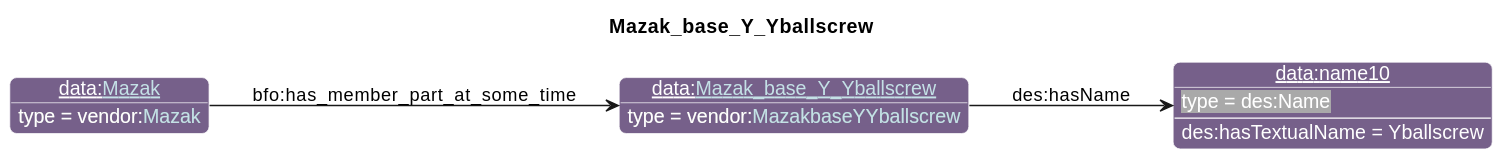
The PlantUML diagram diagrams/Mazak_base_Y_Yballscrew.svg in iofoundry/example-syseng-mtconnect, before a commit. Its diagram source:
```plantuml
@startuml
!include ../iof.iuml

<style>
object {
  HyperlinkColor #C4E1E6
}
</style>

left to right direction
skinparam linetype polyline
title Mazak_base_Y_Yballscrew

!$default_direction = down

!$namespace_colors = { "bfo":"DFA702",
                      "iof":"1E90FF",
                      "ns":"Green",
                      "ns1":"76608A",
                      "core":"000000",
                      "ex":"Green",
                      "data":"76608A",
                      "vendor":"76608A",
                      "units":"8A2D3B",
                      "cmns-dsg":"3A0519",
                      "qp":"641B2E"
      }
individual(o0, data:[[./Mazak_base_Y_Yballscrew.html Mazak_base_Y_Yballscrew]], vendor:[[../Mazak.html#MazakbaseYYballscrew MazakbaseYYballscrew]])
individual(o1, data:name10, des:Name)
individual(o2, data:[[./Mazak.html Mazak]], vendor:[[../Mazak.html#Mazak Mazak]])
property(o0, "des:hasName", o1)
data(o1, "des:hasTextualName", "Yballscrew")
property(o2, "bfo:has_member_part_at_some_time", o0)
@enduml
```
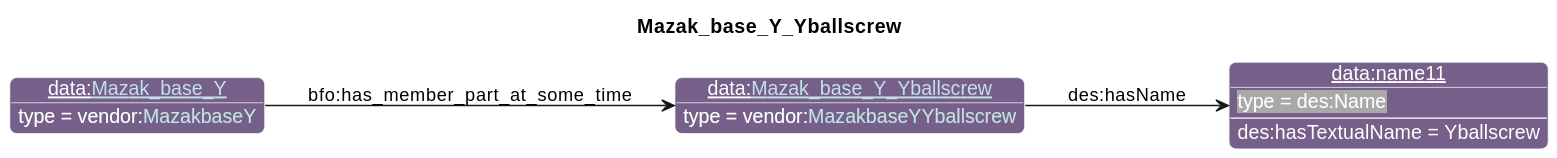
After the commit.

The edit, as a diff of the source:
```diff
@@ -26,8 +26,8 @@
                       "qp":"641B2E"
       }
 individual(o0, data:[[./Mazak_base_Y_Yballscrew.html Mazak_base_Y_Yballscrew]], vendor:[[../Mazak.html#MazakbaseYYballscrew MazakbaseYYballscrew]])
-individual(o1, data:name10, des:Name)
-individual(o2, data:[[./Mazak.html Mazak]], vendor:[[../Mazak.html#Mazak Mazak]])
+individual(o1, data:name11, des:Name)
+individual(o2, data:[[./Mazak_base_Y.html Mazak_base_Y]], vendor:[[../Mazak.html#MazakbaseY MazakbaseY]])
 property(o0, "des:hasName", o1)
 data(o1, "des:hasTextualName", "Yballscrew")
 property(o2, "bfo:has_member_part_at_some_time", o0)
```
